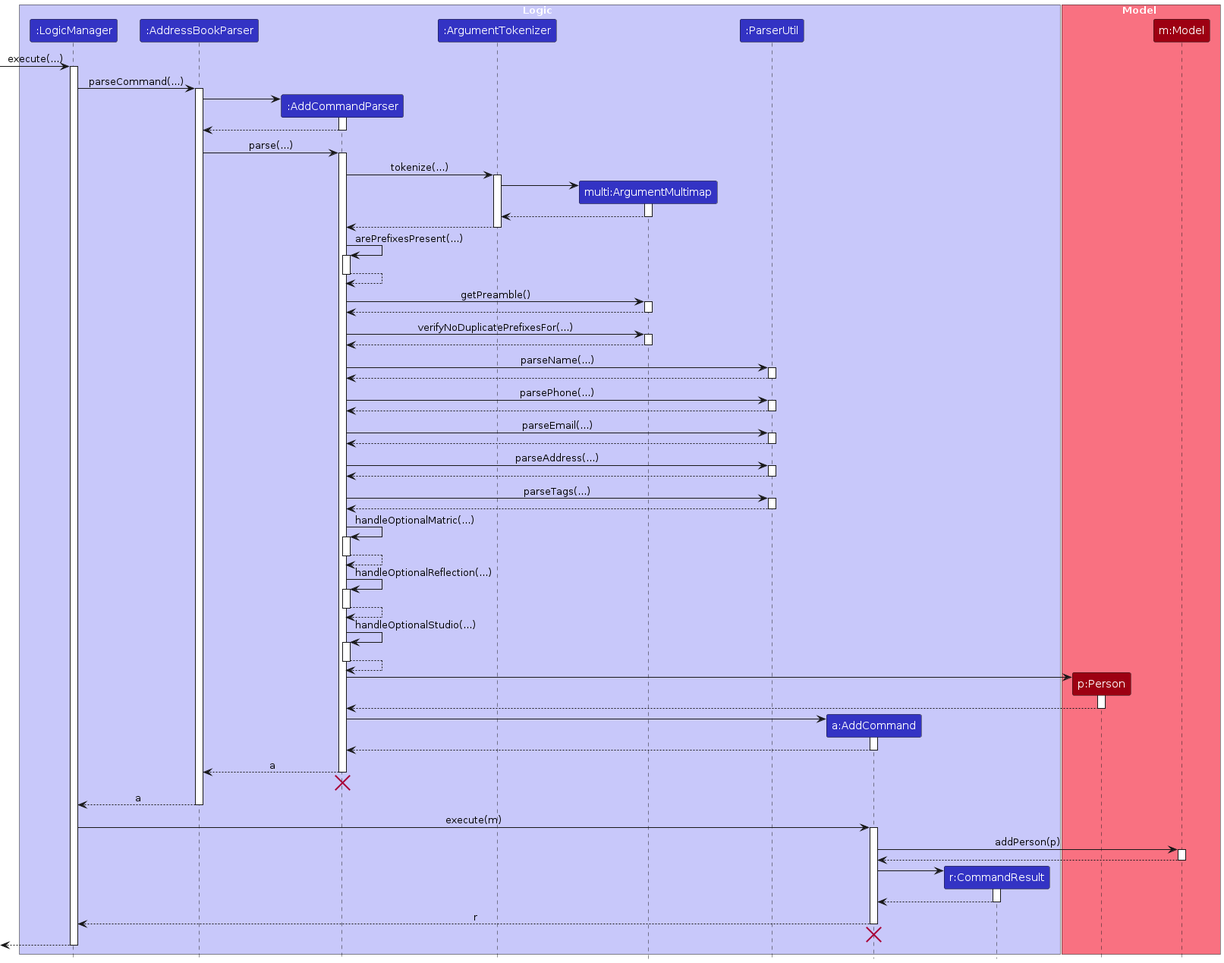
Earlier version of the PlantUML export diagrams/AddSequenceDiagram.png (AY2324S2-CS2103T-T10-1/tp). Its source is kept beside it as diagrams/AddSequenceDiagram.puml. Source of this version:
```plantuml
@startuml
!include style.puml
skinparam ArrowFontStyle plain

box Logic LOGIC_COLOR_T1
participant ":LogicManager" as LogicManager LOGIC_COLOR
participant ":AddressBookParser" as AddressBookParser LOGIC_COLOR
participant ":AddCommandParser" as AddCommandParser LOGIC_COLOR
participant ":ArgumentTokenizer" as ArgumentTokenizer LOGIC_COLOR
participant "multi:ArgumentMultimap" as ArgumentMultimap LOGIC_COLOR
participant ":ParserUtil" as ParserUtil LOGIC_COLOR
participant "a:AddCommand" as AddCommand LOGIC_COLOR
participant "r:CommandResult" as CommandResult LOGIC_COLOR
end box



box Model MODEL_COLOR_T1
participant "p:Person" as Person MODEL_COLOR
participant "m:Model" as Model MODEL_COLOR
end box

[-> LogicManager : execute(...)
activate LogicManager

LogicManager -> AddressBookParser : parseCommand(...)
activate AddressBookParser

create AddCommandParser
AddressBookParser -> AddCommandParser
activate AddCommandParser

AddCommandParser --> AddressBookParser
deactivate AddCommandParser

AddressBookParser -> AddCommandParser : parse(...)
activate AddCommandParser


AddCommandParser -> ArgumentTokenizer : tokenize(...)
activate ArgumentTokenizer

create ArgumentMultimap
ArgumentTokenizer -> ArgumentMultimap
activate ArgumentMultimap
ArgumentMultimap --> ArgumentTokenizer

deactivate ArgumentMultimap

ArgumentTokenizer --> AddCommandParser
deactivate ArgumentTokenizer

AddCommandParser -> AddCommandParser : arePrefixesPresent(...)
activate AddCommandParser
AddCommandParser --> AddCommandParser
deactivate AddCommandParser

AddCommandParser -> ArgumentMultimap : getPreamble()
activate ArgumentMultimap
ArgumentMultimap --> AddCommandParser
deactivate ArgumentMultimap

AddCommandParser -> ArgumentMultimap : verifyNoDuplicatePrefixesFor(...)
activate ArgumentMultimap
ArgumentMultimap --> AddCommandParser

deactivate ArgumentMultimap

deactivate ArgumentTokenizer

AddCommandParser -> ParserUtil : parseName(...)
activate ParserUtil
ParserUtil --> AddCommandParser
deactivate ParserUtil
AddCommandParser -> ParserUtil : parsePhone(...)
activate ParserUtil
ParserUtil --> AddCommandParser
deactivate ParserUtil
AddCommandParser -> ParserUtil : parseEmail(...)
activate ParserUtil
ParserUtil --> AddCommandParser
deactivate ParserUtil
AddCommandParser -> ParserUtil : parseAddress(...)
activate ParserUtil
ParserUtil --> AddCommandParser
deactivate ParserUtil
AddCommandParser -> ParserUtil : parseTags(...)
activate ParserUtil
ParserUtil --> AddCommandParser
deactivate ParserUtil

AddCommandParser -> AddCommandParser : handleOptionalMatric(...)
activate AddCommandParser
AddCommandParser --> AddCommandParser
deactivate AddCommandParser
AddCommandParser -> AddCommandParser : handleOptionalReflection(...)
activate AddCommandParser
AddCommandParser --> AddCommandParser
deactivate AddCommandParser
AddCommandParser -> AddCommandParser : handleOptionalStudio(...)
activate AddCommandParser
AddCommandParser --> AddCommandParser
deactivate AddCommandParser

create Person
AddCommandParser -> Person
activate Person
Person --> AddCommandParser
deactivate Person

create AddCommand
AddCommandParser -> AddCommand
activate AddCommand

AddCommand --> AddCommandParser
deactivate AddCommand

AddCommandParser --> AddressBookParser : a
deactivate AddCommandParser
AddCommandParser -[hidden]-> AddressBookParser
destroy AddCommandParser

AddressBookParser --> LogicManager : a
deactivate AddressBookParser

LogicManager -> AddCommand : execute(m)
activate AddCommand

AddCommand -> Model : addPerson(p)
activate Model

Model --> AddCommand
deactivate Model

create CommandResult
AddCommand -> CommandResult
activate CommandResult

CommandResult --> AddCommand
deactivate CommandResult

AddCommand --> LogicManager : r
deactivate AddCommand
AddCommand -[hidden]-> LogicManager
destroy AddCommand

[<--LogicManager
deactivate LogicManager
@enduml
```
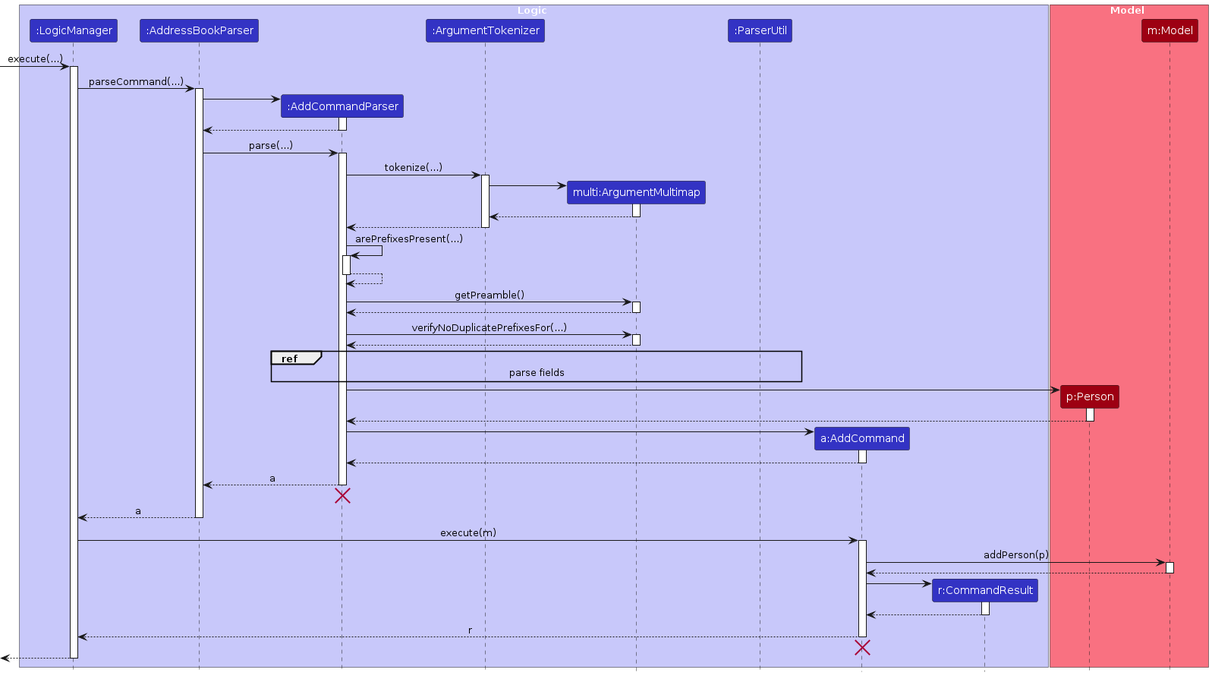
After the commit.

Change to the diagram source:
```diff
@@ -68,39 +68,7 @@
 
 deactivate ArgumentTokenizer
 
-AddCommandParser -> ParserUtil : parseName(...)
-activate ParserUtil
-ParserUtil --> AddCommandParser
-deactivate ParserUtil
-AddCommandParser -> ParserUtil : parsePhone(...)
-activate ParserUtil
-ParserUtil --> AddCommandParser
-deactivate ParserUtil
-AddCommandParser -> ParserUtil : parseEmail(...)
-activate ParserUtil
-ParserUtil --> AddCommandParser
-deactivate ParserUtil
-AddCommandParser -> ParserUtil : parseAddress(...)
-activate ParserUtil
-ParserUtil --> AddCommandParser
-deactivate ParserUtil
-AddCommandParser -> ParserUtil : parseTags(...)
-activate ParserUtil
-ParserUtil --> AddCommandParser
-deactivate ParserUtil
-
-AddCommandParser -> AddCommandParser : handleOptionalMatric(...)
-activate AddCommandParser
-AddCommandParser --> AddCommandParser
-deactivate AddCommandParser
-AddCommandParser -> AddCommandParser : handleOptionalReflection(...)
-activate AddCommandParser
-AddCommandParser --> AddCommandParser
-deactivate AddCommandParser
-AddCommandParser -> AddCommandParser : handleOptionalStudio(...)
-activate AddCommandParser
-AddCommandParser --> AddCommandParser
-deactivate AddCommandParser
+ref over AddCommandParser, ParserUtil : parse fields
 
 create Person
 AddCommandParser -> Person
```
